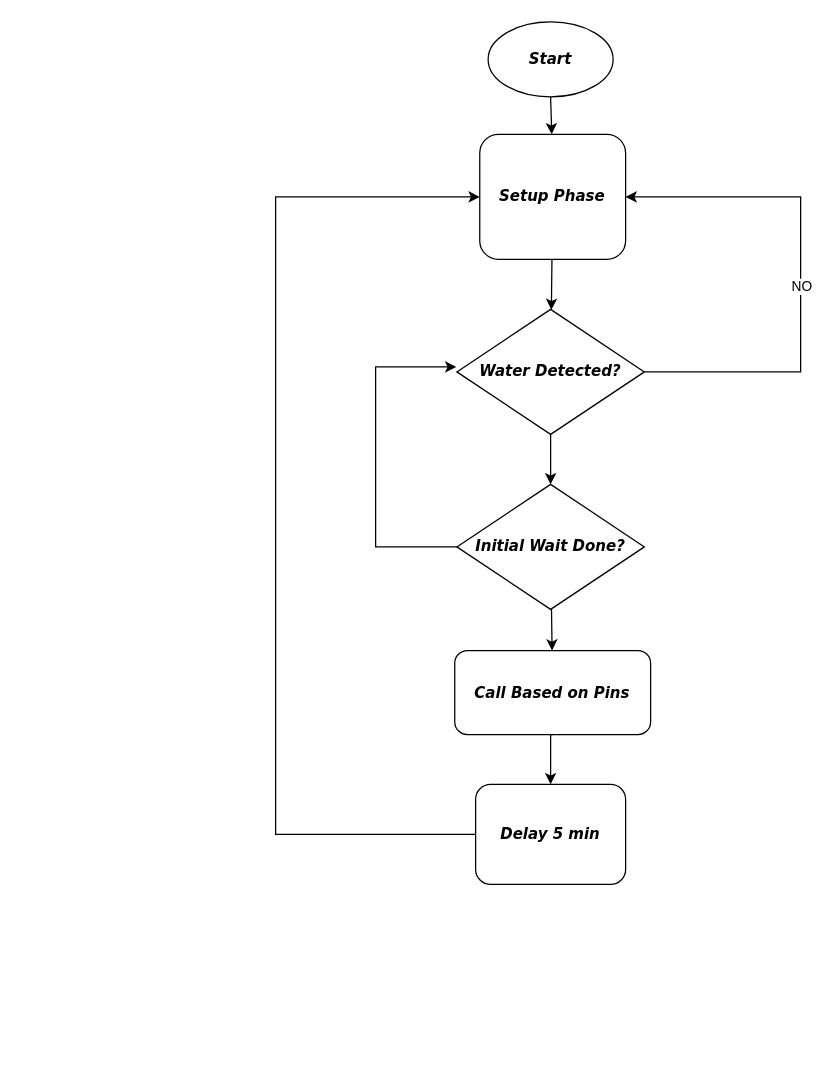
This is Untitled Diagram.drawio from Titon-Foundation/online-ticket-purchase-system, a draw.io file, before an edit. Source tidied: cells renumbered, new cells numbered last; positions are measured from the earlier drawing's top-left corner, leaving out a move shared by most shapes. Both pictures are drawn from the tidied source at 125%, with x=0, y=0 at pixel (275, 21).
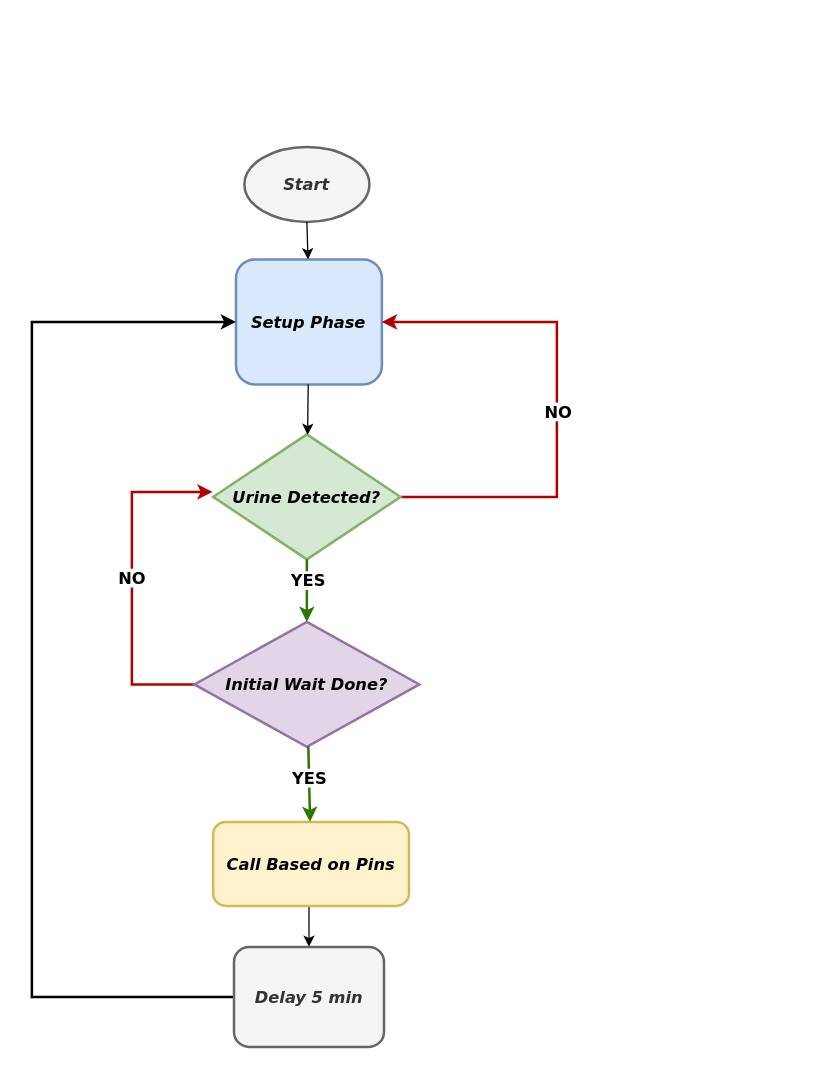
The same diagram, later.

Change to the diagram source:
```diff
@@
-    <mxCell id="2" value="Start" style="ellipse;whiteSpace=wrap;html=1;fontStyle=3;fontFamily=Verdana;" parent="1" vertex="1">
-      <mxGeometry x="170" width="100" height="60" as="geometry" />
+    <mxCell id="2" value="Start" style="ellipse;whiteSpace=wrap;html=1;fontStyle=3;fontFamily=Verdana;strokeWidth=2;fillColor=#f5f5f5;fontColor=#333333;strokeColor=#666666;fontSize=13;" parent="1" vertex="1">
+      <mxGeometry x="-25" y="100" width="100" height="60" as="geometry" />
     </mxCell>
-    <mxCell id="3" value="Setup Phase" style="rounded=1;whiteSpace=wrap;html=1;fontStyle=3;fontFamily=Verdana;" parent="1" vertex="1">
-      <mxGeometry x="163.3" y="90" width="116.7" height="100" as="geometry" />
+    <mxCell id="3" value="Setup Phase" style="rounded=1;whiteSpace=wrap;html=1;fontStyle=3;fontFamily=Verdana;strokeWidth=2;fillColor=#dae8fc;strokeColor=#6c8ebf;fontSize=13;" parent="1" vertex="1">
+      <mxGeometry x="-31.7" y="190" width="116.7" height="100" as="geometry" />
     </mxCell>
-    <mxCell id="4" style="edgeStyle=orthogonalEdgeStyle;rounded=0;jettySize=auto;html=1;exitX=1;exitY=0.5;exitDx=0;exitDy=0;entryX=1;entryY=0.5;entryDx=0;entryDy=0;fontStyle=3;fontFamily=Verdana;fontColor=#FF0011;" parent="1" edge="1" source="6" target="3">
+    <mxCell id="4" style="edgeStyle=orthogonalEdgeStyle;rounded=0;jettySize=auto;html=1;exitX=1;exitY=0.5;exitDx=0;exitDy=0;entryX=1;entryY=0.5;entryDx=0;entryDy=0;fontStyle=3;fontFamily=Verdana;fontColor=#FF0011;fillColor=#e51400;strokeColor=#B20000;strokeWidth=2;flowAnimation=0;shadow=0;fontSize=13;" parent="1" edge="1" source="6" target="3">
       <mxGeometry relative="1" as="geometry">
         <Array as="points">
-          <mxPoint x="420" y="280" />
-          <mxPoint x="420" y="140" />
+          <mxPoint x="225" y="380" />
+          <mxPoint x="225" y="240" />
         </Array>
       </mxGeometry>
     </mxCell>
-    <mxCell id="5" value="&lt;div&gt;NO&lt;/div&gt;" style="edgeLabel;html=1;align=center;verticalAlign=middle;" parent="4" vertex="1">
+    <mxCell id="5" value="&lt;div style=&quot;font-size: 13px;&quot;&gt;NO&lt;/div&gt;" style="edgeLabel;html=1;align=center;verticalAlign=middle;fontColor=#000000;fontFamily=Verdana;fontSize=13;fontStyle=1;" parent="4" vertex="1">
       <mxGeometry x="-0.04" relative="1" as="geometry" />
     </mxCell>
-    <mxCell id="6" value="Water Detected?" style="rhombus;whiteSpace=wrap;html=1;fontStyle=3;fontFamily=Verdana;" parent="1" vertex="1">
-      <mxGeometry x="145" y="230" width="150" height="100" as="geometry" />
+    <mxCell id="6" value="Urine Detected?" style="rhombus;whiteSpace=wrap;html=1;fontStyle=3;fontFamily=Verdana;fillColor=#d5e8d4;strokeColor=#82b366;strokeWidth=2;fontSize=13;" parent="1" vertex="1">
+      <mxGeometry x="-50" y="330" width="150" height="100" as="geometry" />
     </mxCell>
-    <mxCell id="7" style="edgeStyle=orthogonalEdgeStyle;rounded=0;jettySize=auto;html=1;entryX=-0.003;entryY=0.46;entryDx=0;entryDy=0;entryPerimeter=0;fontStyle=3;fontFamily=Verdana;" parent="1" edge="1" source="8" target="6">
+    <mxCell id="7" style="edgeStyle=orthogonalEdgeStyle;rounded=0;jettySize=auto;html=1;entryX=-0.003;entryY=0.46;entryDx=0;entryDy=0;entryPerimeter=0;fontStyle=3;fontFamily=Verdana;strokeWidth=2;fillColor=#e51400;strokeColor=#B20000;fontSize=13;" parent="1" edge="1" source="8" target="6">
       <mxGeometry relative="1" as="geometry">
         <Array as="points">
-          <mxPoint x="80" y="420" />
-          <mxPoint x="80" y="276" />
+          <mxPoint x="-115" y="530" />
+          <mxPoint x="-115" y="376" />
         </Array>
       </mxGeometry>
     </mxCell>
+    <mxCell id="17" value="&lt;div style=&quot;font-size: 13px;&quot;&gt;NO&lt;/div&gt;" style="edgeLabel;html=1;align=center;verticalAlign=middle;fontColor=#000000;fontFamily=Verdana;fontSize=13;fontStyle=1;" parent="7" vertex="1">
+      <mxGeometry x="0.01" y="1" relative="1" as="geometry" />
+    </mxCell>
-    <mxCell id="8" value="Initial Wait Done?" style="rhombus;whiteSpace=wrap;html=1;fontStyle=3;fontFamily=Verdana;" parent="1" vertex="1">
-      <mxGeometry x="145" y="370" width="150" height="100" as="geometry" />
+    <mxCell id="8" value="Initial Wait Done?" style="rhombus;whiteSpace=wrap;html=1;fontStyle=3;fontFamily=Verdana;strokeWidth=2;fillColor=#e1d5e7;strokeColor=#9673a6;fontSize=13;" parent="1" vertex="1">
+      <mxGeometry x="-65" y="480" width="180" height="100" as="geometry" />
     </mxCell>
-    <mxCell id="9" style="edgeStyle=orthogonalEdgeStyle;rounded=0;jettySize=auto;html=1;exitX=0.5;exitY=1;exitDx=0;exitDy=0;entryX=0.5;entryY=0;entryDx=0;entryDy=0;fontStyle=3;fontFamily=Verdana;" parent="1" edge="1" source="10" target="12">
+    <mxCell id="9" style="edgeStyle=orthogonalEdgeStyle;rounded=0;jettySize=auto;html=1;exitX=0.5;exitY=1;exitDx=0;exitDy=0;entryX=0.5;entryY=0;entryDx=0;entryDy=0;fontStyle=3;fontFamily=Verdana;fontSize=13;" parent="1" edge="1" source="10" target="12">
       <mxGeometry relative="1" as="geometry" />
     </mxCell>
-    <mxCell id="10" value="Call Based on Pins" style="rounded=1;whiteSpace=wrap;html=1;fontStyle=3;fontFamily=Verdana;" parent="1" vertex="1">
-      <mxGeometry x="143.3" y="502.9" width="156.7" height="67.2" as="geometry" />
+    <mxCell id="10" value="Call Based on Pins" style="rounded=1;whiteSpace=wrap;html=1;fontStyle=3;fontFamily=Verdana;strokeWidth=2;fillColor=#fff2cc;strokeColor=#d6b656;fontSize=13;" parent="1" vertex="1">
+      <mxGeometry x="-50" y="640" width="156.7" height="67.2" as="geometry" />
     </mxCell>
-    <mxCell id="11" style="edgeStyle=orthogonalEdgeStyle;rounded=0;jettySize=auto;html=1;exitX=0;exitY=0.5;exitDx=0;exitDy=0;entryX=0;entryY=0.5;entryDx=0;entryDy=0;fontStyle=3;fontFamily=Verdana;" parent="1" edge="1" source="12" target="3">
+    <mxCell id="11" style="edgeStyle=orthogonalEdgeStyle;rounded=0;jettySize=auto;html=1;exitX=0;exitY=0.5;exitDx=0;exitDy=0;entryX=0;entryY=0.5;entryDx=0;entryDy=0;fontStyle=3;fontFamily=Verdana;strokeWidth=2;fontSize=13;" parent="1" edge="1" source="12" target="3">
       <mxGeometry relative="1" as="geometry">
         <Array as="points">
-          <mxPoint y="650" />
-          <mxPoint y="140" />
+          <mxPoint x="-195" y="780" />
+          <mxPoint x="-195" y="240" />
         </Array>
       </mxGeometry>
     </mxCell>
-    <mxCell id="12" value="Delay 5 min" style="rounded=1;whiteSpace=wrap;html=1;fontStyle=3;fontFamily=Verdana;" parent="1" vertex="1">
-      <mxGeometry x="160" y="610" width="120" height="80" as="geometry" />
+    <mxCell id="12" value="Delay 5 min" style="rounded=1;whiteSpace=wrap;html=1;fontStyle=3;fontFamily=Verdana;strokeWidth=2;fillColor=#f5f5f5;fontColor=#333333;strokeColor=#666666;fontSize=13;" parent="1" vertex="1">
+      <mxGeometry x="-33.3" y="740" width="120" height="80" as="geometry" />
     </mxCell>
-    <mxCell id="13" style="fontStyle=3;fontFamily=Verdana;" parent="1" edge="1" source="2" target="3">
+    <mxCell id="13" style="fontStyle=3;fontFamily=Verdana;fontSize=13;" parent="1" edge="1" source="2" target="3">
       <mxGeometry relative="1" as="geometry" />
     </mxCell>
-    <mxCell id="14" style="fontStyle=3;fontFamily=Verdana;" parent="1" edge="1" source="3" target="6">
+    <mxCell id="14" style="fontStyle=3;fontFamily=Verdana;fontSize=13;" parent="1" edge="1" source="3" target="6">
       <mxGeometry relative="1" as="geometry" />
     </mxCell>
-    <mxCell id="15" style="fontStyle=3;fontFamily=Verdana;" parent="1" edge="1" source="6" target="8">
+    <mxCell id="15" style="fontStyle=3;fontFamily=Verdana;strokeWidth=2;fillColor=#60a917;strokeColor=#2D7600;fontSize=13;" parent="1" edge="1" source="6" target="8">
       <mxGeometry relative="1" as="geometry" />
     </mxCell>
+    <mxCell id="18" value="&lt;div style=&quot;font-size: 13px;&quot;&gt;YES&lt;/div&gt;" style="edgeLabel;html=1;align=center;verticalAlign=middle;fontFamily=Verdana;fontSize=13;fontStyle=1;" parent="15" vertex="1">
+      <mxGeometry x="-0.34" relative="1" as="geometry" />
+    </mxCell>
-    <mxCell id="16" style="fontStyle=3;fontFamily=Verdana;" parent="1" edge="1" source="8" target="10">
+    <mxCell id="16" style="fontStyle=3;fontFamily=Verdana;strokeWidth=2;fillColor=#60a917;strokeColor=#2D7600;fontSize=13;" parent="1" edge="1" source="8" target="10">
       <mxGeometry relative="1" as="geometry" />
     </mxCell>
+    <mxCell id="19" value="&lt;div style=&quot;font-size: 13px;&quot;&gt;YES&lt;/div&gt;" style="edgeLabel;html=1;align=center;verticalAlign=middle;fontFamily=Verdana;fontSize=13;fontStyle=1;" parent="16" vertex="1">
+      <mxGeometry x="-0.18" relative="1" as="geometry" />
+    </mxCell>
```
